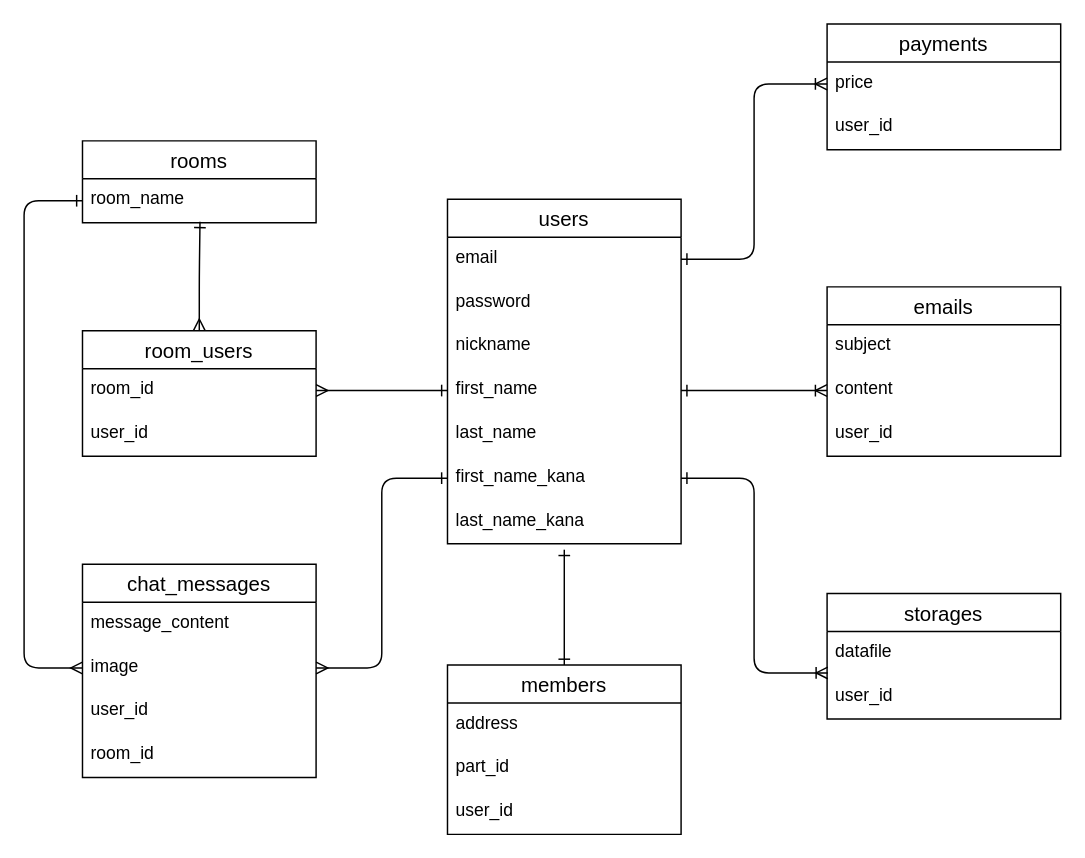
soya0128/Comcon keeps this draw.io diagram as ER.dio. Above is the earlier version. Source tidied: cells renumbered, new cells numbered last; positions are measured from the earlier drawing's top-left corner, leaving out a move shared by most shapes. Both pictures are drawn from the tidied source at 146%, with x=0, y=0 at pixel (23, 23).
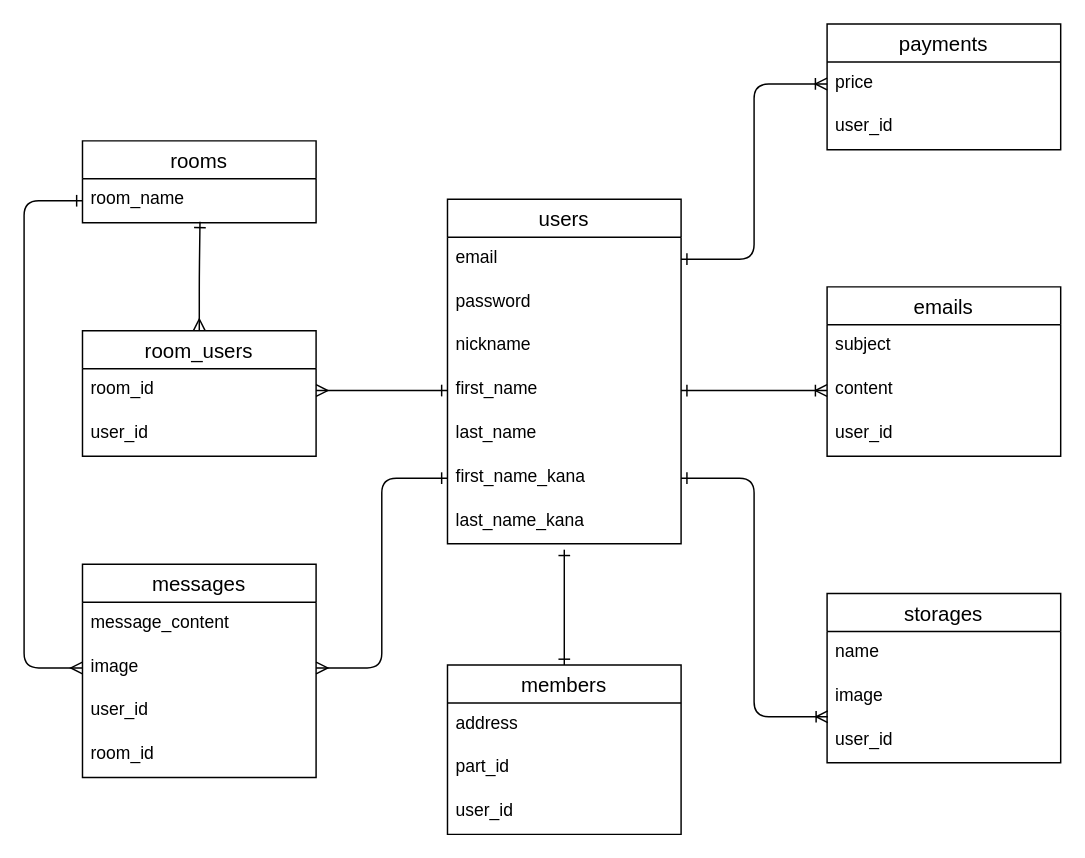
The same diagram, later.

What changed in the source:
```diff
@@
     <mxCell id="23" value="storages" style="swimlane;fontStyle=0;horizontal=1;startSize=26;align=center;fontSize=14;" parent="1" vertex="1">
-      <mxGeometry x="550" y="390" width="160" height="86" as="geometry" />
+      <mxGeometry x="550" y="390" width="160" height="116" as="geometry" />
     </mxCell>
-    <mxCell id="24" value="datafile" style="text;strokeColor=none;fillColor=none;spacingLeft=4;spacingRight=4;overflow=hidden;fontSize=12;" parent="23" vertex="1">
+    <mxCell id="24" value="name" style="text;strokeColor=none;fillColor=none;spacingLeft=4;spacingRight=4;overflow=hidden;fontSize=12;" parent="23" vertex="1">
       <mxGeometry y="26" width="160" height="30" as="geometry" />
     </mxCell>
+    <mxCell id="42" value="image" style="text;strokeColor=none;fillColor=none;spacingLeft=4;spacingRight=4;overflow=hidden;fontSize=12;" parent="23" vertex="1">
+      <mxGeometry y="56" width="160" height="30" as="geometry" />
+    </mxCell>
     <mxCell id="25" value="user_id" style="text;strokeColor=none;fillColor=none;spacingLeft=4;spacingRight=4;overflow=hidden;points=[[0,0.5],[1,0.5]];portConstraint=eastwest;fontSize=12;" parent="23" vertex="1">
-      <mxGeometry y="56" width="160" height="30" as="geometry" />
+      <mxGeometry y="86" width="160" height="30" as="geometry" />
     </mxCell>
@@
-    <mxCell id="32" value="chat_messages" style="swimlane;fontStyle=0;horizontal=1;startSize=26;align=center;fontSize=14;" parent="1" vertex="1">
+    <mxCell id="32" value="messages" style="swimlane;fontStyle=0;horizontal=1;startSize=26;align=center;fontSize=14;" parent="1" vertex="1">
       <mxGeometry x="40" y="370" width="160" height="146" as="geometry" />
     </mxCell>
```
